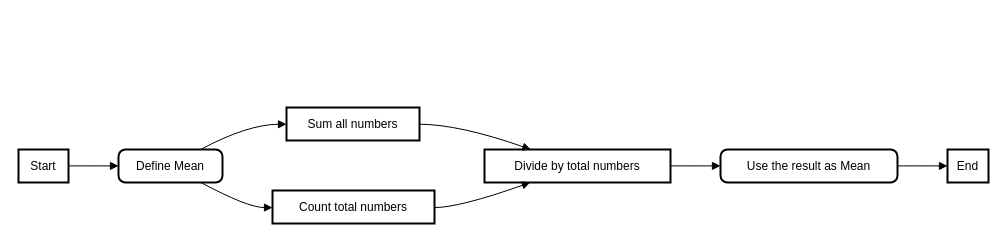
Earlier version of the draw.io diagram Mean.drawio (Ansumanbhujabal/Blog). Source tidied: cells renumbered, new cells numbered last; positions are measured from the earlier drawing's top-left corner, leaving out a move shared by most shapes. Both pictures are drawn from the tidied source at 100%, with x=0, y=0 at pixel (18, 107).
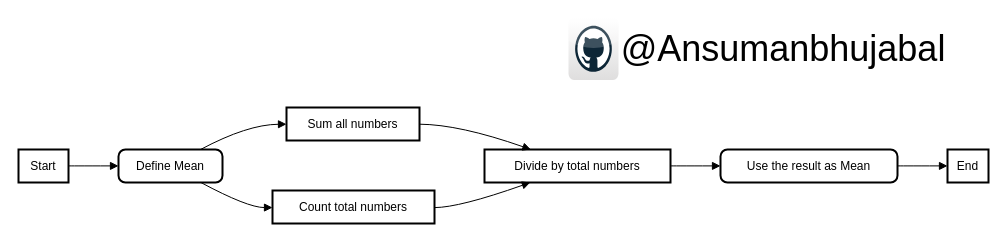
The same page after the edit.

Diff of the diagram source:
```diff
@@
+    <mxCell id="16" style="dashed=0;html=1;align=center;labelPosition=center;verticalLabelPosition=bottom;verticalAlign=top;shape=mxgraph.webicons.github;gradientColor=#DFDEDE;" parent="1" vertex="1">
+      <mxGeometry x="550" y="-90" width="50" height="62.4" as="geometry" />
+    </mxCell>
+    <mxCell id="17" value="&lt;font style=&quot;font-size: 36px;&quot;&gt;@Ansumanbhujabal&lt;/font&gt;" style="text;strokeColor=none;align=center;fillColor=none;html=1;verticalAlign=middle;whiteSpace=wrap;rounded=0;" parent="1" vertex="1">
+      <mxGeometry x="620" y="-78.8" width="290" height="40" as="geometry" />
+    </mxCell>
```
